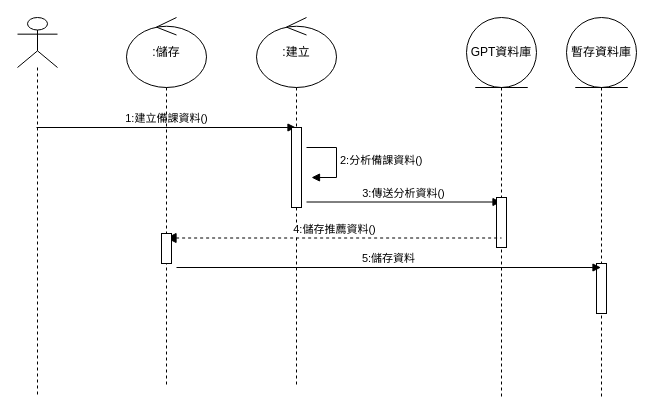
This is page "GPT身分" (2 of 2) of 循序圖(建議資料).drawio from Kevincheng0804/System-analysis, a draw.io file, before an edit. Source tidied: cells renumbered, new cells numbered last; positions are measured from the earlier drawing's top-left corner, leaving out a move shared by most shapes. Both pictures are drawn from the tidied source at 100%, with x=0, y=0 at pixel (17, 17).
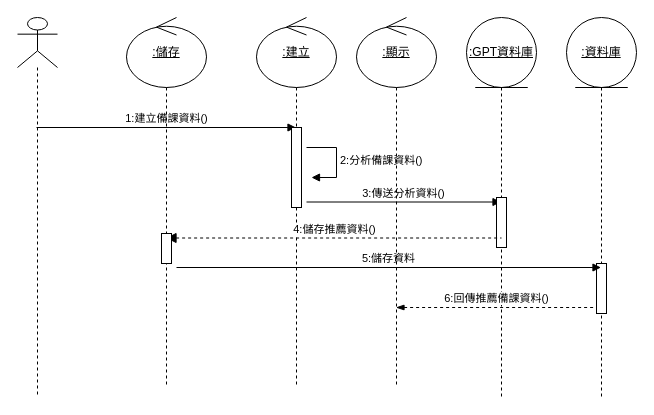
Above is the later version.

Diff of the diagram source:
```diff
@@
-    <mxCell id="5" value="GPT資料庫" style="shape=umlLifeline;perimeter=lifelinePerimeter;whiteSpace=wrap;html=1;outlineConnect=0;portConstraint=eastwest;newEdgeStyle={&quot;curved&quot;:0,&quot;rounded&quot;:0};participant=umlEntity;size=70;" parent="1" vertex="1">
+    <mxCell id="5" value="&lt;u&gt;:GPT資料庫&lt;/u&gt;" style="shape=umlLifeline;perimeter=lifelinePerimeter;whiteSpace=wrap;html=1;outlineConnect=0;portConstraint=eastwest;newEdgeStyle={&quot;curved&quot;:0,&quot;rounded&quot;:0};participant=umlEntity;size=70;" parent="1" vertex="1">
       <mxGeometry x="449" width="70" height="380" as="geometry" />
     </mxCell>
@@
-    <mxCell id="7" value=":建立" style="shape=umlLifeline;perimeter=lifelinePerimeter;whiteSpace=wrap;html=1;outlineConnect=0;portConstraint=eastwest;newEdgeStyle={&quot;curved&quot;:0,&quot;rounded&quot;:0};participant=umlControl;size=70;" parent="1" vertex="1">
+    <mxCell id="7" value="&lt;u&gt;:建立&lt;/u&gt;" style="shape=umlLifeline;perimeter=lifelinePerimeter;whiteSpace=wrap;html=1;outlineConnect=0;portConstraint=eastwest;newEdgeStyle={&quot;curved&quot;:0,&quot;rounded&quot;:0};participant=umlControl;size=70;" parent="1" vertex="1">
       <mxGeometry x="239" width="80" height="370" as="geometry" />
     </mxCell>
@@
-    <mxCell id="11" value=":儲存" style="shape=umlLifeline;perimeter=lifelinePerimeter;whiteSpace=wrap;html=1;outlineConnect=0;portConstraint=eastwest;newEdgeStyle={&quot;curved&quot;:0,&quot;rounded&quot;:0};participant=umlControl;size=70;" parent="1" vertex="1">
+    <mxCell id="11" value="&lt;u&gt;:儲存&lt;/u&gt;" style="shape=umlLifeline;perimeter=lifelinePerimeter;whiteSpace=wrap;html=1;outlineConnect=0;portConstraint=eastwest;newEdgeStyle={&quot;curved&quot;:0,&quot;rounded&quot;:0};participant=umlControl;size=70;" parent="1" vertex="1">
       <mxGeometry x="109" width="80" height="370" as="geometry" />
     </mxCell>
@@
-    <mxCell id="13" value="暫存資料庫" style="shape=umlLifeline;perimeter=lifelinePerimeter;whiteSpace=wrap;html=1;outlineConnect=0;portConstraint=eastwest;newEdgeStyle={&quot;curved&quot;:0,&quot;rounded&quot;:0};participant=umlEntity;size=70;" parent="1" vertex="1">
+    <mxCell id="13" value="&lt;u&gt;:資料庫&lt;/u&gt;" style="shape=umlLifeline;perimeter=lifelinePerimeter;whiteSpace=wrap;html=1;outlineConnect=0;portConstraint=eastwest;newEdgeStyle={&quot;curved&quot;:0,&quot;rounded&quot;:0};participant=umlEntity;size=70;" parent="1" vertex="1">
       <mxGeometry x="549" width="70" height="380" as="geometry" />
     </mxCell>
@@
+    <mxCell id="16" value="6:回傳推薦備課資料()" style="html=1;verticalAlign=bottom;endArrow=none;curved=0;rounded=0;dashed=1;startArrow=blockThin;startFill=1;endFill=0;entryX=-0.015;entryY=1;entryDx=0;entryDy=0;entryPerimeter=0;" parent="1" edge="1" source="17">
+      <mxGeometry relative="1" as="geometry">
+        <mxPoint x="579" y="290" as="targetPoint" />
+      </mxGeometry>
+    </mxCell>
+    <mxCell id="17" value="&lt;u&gt;:顯示&lt;/u&gt;" style="shape=umlLifeline;perimeter=lifelinePerimeter;whiteSpace=wrap;html=1;outlineConnect=0;portConstraint=eastwest;newEdgeStyle={&quot;curved&quot;:0,&quot;rounded&quot;:0};participant=umlControl;size=70;" parent="1" vertex="1">
+      <mxGeometry x="339" width="80" height="370" as="geometry" />
+    </mxCell>
```
